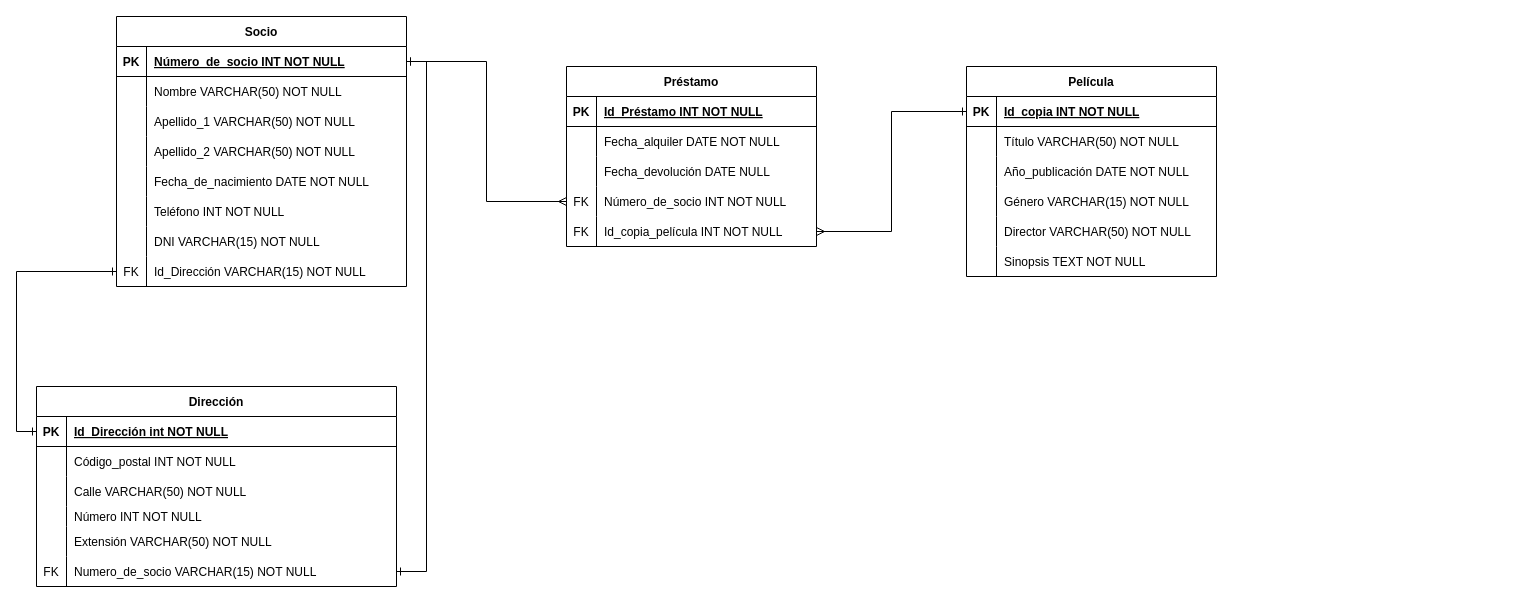
The draw.io diagram PracticaSQLEntidadRelacion.drawio in doi1987/PracticaSQL, before the edit. Source tidied: cells renumbered, new cells numbered last; positions are measured from the earlier drawing's top-left corner, leaving out a move shared by most shapes. Both pictures are drawn from the tidied source at 100%, with x=0, y=0 at pixel (36, 16).
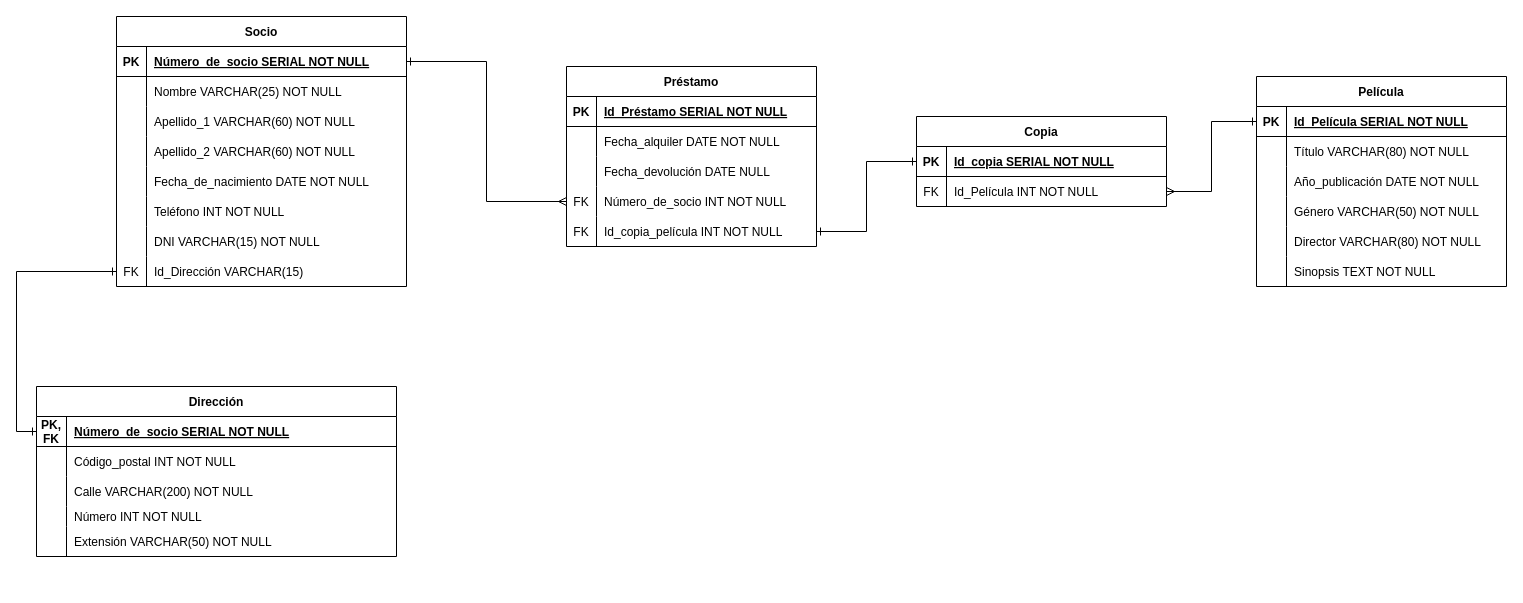
After the change.

Unchanged cells that the change refers to:
```xml
<mxCell id="3" style="shape=partialRectangle;fillColor=none;points=[[0,0.5],[1,0.5]];portConstraint=eastwest;top=0;left=0;right=0;bottom=1;" parent="2" vertex="1">
  <mxGeometry y="30" width="360" height="30" as="geometry" />
</mxCell>
<mxCell id="9" style="shape=partialRectangle;fillColor=none;top=0;left=0;right=0;bottom=0;" parent="2" vertex="1">
  <mxGeometry y="90" width="360" height="30" as="geometry" />
</mxCell>
<mxCell id="22" style="shape=partialRectangle;fillColor=none;points=[[0,0.5],[1,0.5]];portConstraint=eastwest;top=0;left=0;right=0;bottom=1;" parent="21" vertex="1">
  <mxGeometry y="30" width="250" height="30" as="geometry" />
</mxCell>
<mxCell id="25" style="shape=partialRectangle;fillColor=none;top=0;left=0;right=0;bottom=0;" parent="21" vertex="1">
  <mxGeometry y="60" width="250" height="30" as="geometry" />
</mxCell>
<mxCell id="31" style="shape=partialRectangle;fillColor=none;top=0;left=0;right=0;bottom=0;" parent="21" vertex="1">
  <mxGeometry y="120" width="250" height="30" as="geometry" />
</mxCell>
<mxCell id="34" style="shape=partialRectangle;fillColor=none;top=0;left=0;right=0;bottom=0;" parent="21" vertex="1">
  <mxGeometry y="150" width="250" height="30" as="geometry" />
</mxCell>
<mxCell id="41" style="shape=partialRectangle;fillColor=none;points=[[0,0.5],[1,0.5]];portConstraint=eastwest;top=0;left=0;right=0;bottom=1;" parent="40" vertex="1">
  <mxGeometry y="30" width="290" height="30" as="geometry" />
</mxCell>
<mxCell id="44" style="shape=partialRectangle;fillColor=none;top=0;left=0;right=0;bottom=0;" parent="40" vertex="1">
  <mxGeometry y="60" width="290" height="30" as="geometry" />
</mxCell>
<mxCell id="47" style="shape=partialRectangle;fillColor=none;top=0;left=0;right=0;bottom=0;" parent="40" vertex="1">
  <mxGeometry y="90" width="290" height="30" as="geometry" />
</mxCell>
<mxCell id="50" style="shape=partialRectangle;fillColor=none;top=0;left=0;right=0;bottom=0;" parent="40" vertex="1">
  <mxGeometry y="120" width="290" height="30" as="geometry" />
</mxCell>
<mxCell id="62" style="shape=partialRectangle;fillColor=none;points=[[0,0.5],[1,0.5]];portConstraint=eastwest;top=0;left=0;right=0;bottom=0;" parent="40" vertex="1">
  <mxGeometry y="240" width="290" height="30" as="geometry" />
</mxCell>
<mxCell id="67" style="shape=partialRectangle;fillColor=none;top=0;left=0;right=0;bottom=1;" parent="66" vertex="1">
  <mxGeometry y="30" width="250" height="30" as="geometry" />
</mxCell>
<mxCell id="79" style="shape=partialRectangle;fillColor=none;points=[[0,0.5],[1,0.5]];portConstraint=eastwest;top=0;left=0;right=0;bottom=0;" parent="66" vertex="1">
  <mxGeometry y="150" width="250" height="30" as="geometry" />
</mxCell>
```

What changed in the source:
```diff
@@
     <mxCell id="2" value="Dirección" style="shape=table;startSize=30;childLayout=tableLayout;rowLines=0;fontStyle=1;align=center;" parent="1" vertex="1">
-      <mxGeometry y="370" width="360" height="200" as="geometry" />
+      <mxGeometry y="370" width="360" height="170" as="geometry" />
     </mxCell>
@@
-    <mxCell id="4" value="PK" style="shape=partialRectangle;overflow=hidden;fillColor=none;top=0;left=0;bottom=0;right=0;fontStyle=1;" parent="3" vertex="1">
+    <mxCell id="4" value="PK, &#10;FK" style="shape=partialRectangle;overflow=hidden;fillColor=none;top=0;left=0;bottom=0;right=0;fontStyle=1;" parent="3" vertex="1">
       <mxGeometry width="30" height="30" as="geometry" />
     </mxCell>
-    <mxCell id="5" value="Id_Dirección int NOT NULL " style="shape=partialRectangle;overflow=hidden;fillColor=none;top=0;left=0;bottom=0;right=0;align=left;spacingLeft=6;fontStyle=5;" parent="3" vertex="1">
+    <mxCell id="5" value="Número_de_socio SERIAL NOT NULL " style="shape=partialRectangle;overflow=hidden;fillColor=none;top=0;left=0;bottom=0;right=0;align=left;spacingLeft=6;fontStyle=5;" parent="3" vertex="1">
       <mxGeometry x="30" width="330" height="30" as="geometry" />
     </mxCell>
@@
-    <mxCell id="11" value="Calle VARCHAR(50) NOT NULL" style="shape=partialRectangle;overflow=hidden;fillColor=none;top=0;left=0;bottom=0;right=0;align=left;spacingLeft=6;" parent="9" vertex="1">
+    <mxCell id="11" value="Calle VARCHAR(200) NOT NULL" style="shape=partialRectangle;overflow=hidden;fillColor=none;top=0;left=0;bottom=0;right=0;align=left;spacingLeft=6;" parent="9" vertex="1">
       <mxGeometry x="30" width="330" height="30" as="geometry" />
     </mxCell>
@@
-    <mxCell id="18" style="shape=partialRectangle;fillColor=none;points=[[0,0.5],[1,0.5]];portConstraint=eastwest;top=0;left=0;right=0;bottom=0;" parent="2" vertex="1">
-      <mxGeometry y="170" width="360" height="30" as="geometry" />
-    </mxCell>
-    <mxCell id="19" value="FK" style="shape=partialRectangle;overflow=hidden;fillColor=none;top=0;left=0;bottom=0;right=0;" parent="18" vertex="1">
-      <mxGeometry width="30" height="30" as="geometry" />
-    </mxCell>
-    <mxCell id="20" value="Numero_de_socio VARCHAR(15) NOT NULL" style="shape=partialRectangle;overflow=hidden;fillColor=none;top=0;left=0;bottom=0;right=0;align=left;spacingLeft=6;" parent="18" vertex="1">
-      <mxGeometry x="30" width="330" height="30" as="geometry" />
-    </mxCell>
     <mxCell id="21" value="Película" style="shape=table;startSize=30;childLayout=tableLayout;rowLines=0;fontStyle=1;align=center;" parent="1" vertex="1">
-      <mxGeometry x="930" y="50" width="250" height="210" as="geometry" />
+      <mxGeometry x="1220" y="60" width="250" height="210" as="geometry" />
     </mxCell>
@@
-    <mxCell id="24" value="Id_copia INT NOT NULL " style="shape=partialRectangle;overflow=hidden;fillColor=none;top=0;left=0;bottom=0;right=0;align=left;spacingLeft=6;fontStyle=5;" parent="22" vertex="1">
+    <mxCell id="24" value="Id_Película SERIAL NOT NULL " style="shape=partialRectangle;overflow=hidden;fillColor=none;top=0;left=0;bottom=0;right=0;align=left;spacingLeft=6;fontStyle=5;" parent="22" vertex="1">
       <mxGeometry x="30" width="220" height="30" as="geometry" />
     </mxCell>
@@
-    <mxCell id="27" value="Título VARCHAR(50) NOT NULL" style="shape=partialRectangle;overflow=hidden;fillColor=none;top=0;left=0;bottom=0;right=0;align=left;spacingLeft=6;" parent="25" vertex="1">
+    <mxCell id="27" value="Título VARCHAR(80) NOT NULL" style="shape=partialRectangle;overflow=hidden;fillColor=none;top=0;left=0;bottom=0;right=0;align=left;spacingLeft=6;" parent="25" vertex="1">
       <mxGeometry x="30" width="220" height="30" as="geometry" />
     </mxCell>
@@
-    <mxCell id="33" value="Género VARCHAR(15) NOT NULL" style="shape=partialRectangle;overflow=hidden;fillColor=none;top=0;left=0;bottom=0;right=0;align=left;spacingLeft=6;" parent="31" vertex="1">
+    <mxCell id="33" value="Género VARCHAR(50) NOT NULL" style="shape=partialRectangle;overflow=hidden;fillColor=none;top=0;left=0;bottom=0;right=0;align=left;spacingLeft=6;" parent="31" vertex="1">
       <mxGeometry x="30" width="220" height="30" as="geometry" />
     </mxCell>
@@
-    <mxCell id="36" value="Director VARCHAR(50) NOT NULL" style="shape=partialRectangle;overflow=hidden;fillColor=none;top=0;left=0;bottom=0;right=0;align=left;spacingLeft=6;" parent="34" vertex="1">
+    <mxCell id="36" value="Director VARCHAR(80) NOT NULL" style="shape=partialRectangle;overflow=hidden;fillColor=none;top=0;left=0;bottom=0;right=0;align=left;spacingLeft=6;" parent="34" vertex="1">
       <mxGeometry x="30" width="220" height="30" as="geometry" />
     </mxCell>
@@
-    <mxCell id="43" value="Número_de_socio INT NOT NULL " style="shape=partialRectangle;overflow=hidden;fillColor=none;top=0;left=0;bottom=0;right=0;align=left;spacingLeft=6;fontStyle=5;" parent="41" vertex="1">
+    <mxCell id="43" value="Número_de_socio SERIAL NOT NULL " style="shape=partialRectangle;overflow=hidden;fillColor=none;top=0;left=0;bottom=0;right=0;align=left;spacingLeft=6;fontStyle=5;" parent="41" vertex="1">
       <mxGeometry x="30" width="260" height="30" as="geometry" />
     </mxCell>
@@
-    <mxCell id="46" value="Nombre VARCHAR(50) NOT NULL" style="shape=partialRectangle;overflow=hidden;fillColor=none;top=0;left=0;bottom=0;right=0;align=left;spacingLeft=6;" parent="44" vertex="1">
+    <mxCell id="46" value="Nombre VARCHAR(25) NOT NULL" style="shape=partialRectangle;overflow=hidden;fillColor=none;top=0;left=0;bottom=0;right=0;align=left;spacingLeft=6;" parent="44" vertex="1">
       <mxGeometry x="30" width="260" height="30" as="geometry" />
     </mxCell>
@@
-    <mxCell id="49" value="Apellido_1 VARCHAR(50) NOT NULL" style="shape=partialRectangle;overflow=hidden;fillColor=none;top=0;left=0;bottom=0;right=0;align=left;spacingLeft=6;" parent="47" vertex="1">
+    <mxCell id="49" value="Apellido_1 VARCHAR(60) NOT NULL" style="shape=partialRectangle;overflow=hidden;fillColor=none;top=0;left=0;bottom=0;right=0;align=left;spacingLeft=6;" parent="47" vertex="1">
       <mxGeometry x="30" width="260" height="30" as="geometry" />
     </mxCell>
@@
-    <mxCell id="52" value="Apellido_2 VARCHAR(50) NOT NULL" style="shape=partialRectangle;overflow=hidden;fillColor=none;top=0;left=0;bottom=0;right=0;align=left;spacingLeft=6;" parent="50" vertex="1">
+    <mxCell id="52" value="Apellido_2 VARCHAR(60) NOT NULL" style="shape=partialRectangle;overflow=hidden;fillColor=none;top=0;left=0;bottom=0;right=0;align=left;spacingLeft=6;" parent="50" vertex="1">
       <mxGeometry x="30" width="260" height="30" as="geometry" />
     </mxCell>
@@
-    <mxCell id="64" value="Id_Dirección VARCHAR(15) NOT NULL" style="shape=partialRectangle;overflow=hidden;fillColor=none;top=0;left=0;bottom=0;right=0;align=left;spacingLeft=6;" parent="62" vertex="1">
+    <mxCell id="64" value="Id_Dirección VARCHAR(15)" style="shape=partialRectangle;overflow=hidden;fillColor=none;top=0;left=0;bottom=0;right=0;align=left;spacingLeft=6;" parent="62" vertex="1">
       <mxGeometry x="30" width="260" height="30" as="geometry" />
     </mxCell>
-    <mxCell id="65" style="edgeStyle=orthogonalEdgeStyle;rounded=0;jettySize=auto;html=1;exitX=1;exitY=0.5;exitDx=0;exitDy=0;startArrow=ERone;startFill=0;endArrow=ERone;endFill=0;entryX=1;entryY=0.5;entryDx=0;entryDy=0;" parent="1" edge="1" source="41" target="18">
-      <mxGeometry relative="1" as="geometry" />
-    </mxCell>
@@
-    <mxCell id="69" value="Id_Préstamo INT NOT NULL " style="shape=partialRectangle;overflow=hidden;fillColor=none;top=0;left=0;bottom=0;right=0;align=left;spacingLeft=6;fontStyle=5;" parent="67" vertex="1">
+    <mxCell id="69" value="Id_Préstamo SERIAL NOT NULL " style="shape=partialRectangle;overflow=hidden;fillColor=none;top=0;left=0;bottom=0;right=0;align=left;spacingLeft=6;fontStyle=5;" parent="67" vertex="1">
       <mxGeometry x="30" width="220" height="30" as="geometry" />
     </mxCell>
@@
-    <mxCell id="83" style="edgeStyle=orthogonalEdgeStyle;rounded=0;jettySize=auto;html=1;exitX=0;exitY=0.5;exitDx=0;exitDy=0;entryX=1;entryY=0.5;entryDx=0;entryDy=0;startArrow=ERone;startFill=0;endArrow=ERmany;endFill=0;" parent="1" edge="1" source="22" target="79">
-      <mxGeometry relative="1" as="geometry" />
-    </mxCell>
@@
+    <mxCell id="85" value="Copia" style="shape=table;startSize=30;childLayout=tableLayout;rowLines=0;fontStyle=1;align=center;" parent="1" vertex="1">
+      <mxGeometry x="880" y="100" width="250" height="90" as="geometry" />
+    </mxCell>
+    <mxCell id="86" style="shape=partialRectangle;fillColor=none;points=[[0,0.5],[1,0.5]];portConstraint=eastwest;top=0;left=0;right=0;bottom=1;" parent="85" vertex="1">
+      <mxGeometry y="30" width="250" height="30" as="geometry" />
+    </mxCell>
+    <mxCell id="87" value="PK" style="shape=partialRectangle;overflow=hidden;fillColor=none;top=0;left=0;bottom=0;right=0;fontStyle=1;" parent="86" vertex="1">
+      <mxGeometry width="30" height="30" as="geometry" />
+    </mxCell>
+    <mxCell id="88" value="Id_copia SERIAL NOT NULL " style="shape=partialRectangle;overflow=hidden;fillColor=none;top=0;left=0;bottom=0;right=0;align=left;spacingLeft=6;fontStyle=5;" parent="86" vertex="1">
+      <mxGeometry x="30" width="220" height="30" as="geometry" />
+    </mxCell>
+    <mxCell id="89" style="shape=partialRectangle;fillColor=none;points=[[0,0.5],[1,0.5]];portConstraint=eastwest;top=0;left=0;right=0;bottom=0;" parent="85" vertex="1">
+      <mxGeometry y="60" width="250" height="30" as="geometry" />
+    </mxCell>
+    <mxCell id="19" value="FK" style="shape=partialRectangle;overflow=hidden;fillColor=none;top=0;left=0;bottom=0;right=0;" parent="89" vertex="1">
+      <mxGeometry width="30" height="30" as="geometry" />
+    </mxCell>
+    <mxCell id="90" value="Id_Película INT NOT NULL" style="shape=partialRectangle;overflow=hidden;fillColor=none;top=0;left=0;bottom=0;right=0;align=left;spacingLeft=6;" parent="89" vertex="1">
+      <mxGeometry x="30" width="220" height="30" as="geometry" />
+    </mxCell>
+    <mxCell id="91" style="edgeStyle=orthogonalEdgeStyle;rounded=0;jettySize=auto;html=1;exitX=0;exitY=0.5;exitDx=0;exitDy=0;entryX=1;entryY=0.5;entryDx=0;entryDy=0;startArrow=ERone;startFill=0;endArrow=ERmany;endFill=0;" parent="1" edge="1" source="22" target="89">
+      <mxGeometry relative="1" as="geometry" />
+    </mxCell>
+    <mxCell id="92" style="edgeStyle=orthogonalEdgeStyle;rounded=0;jettySize=auto;html=1;exitX=0;exitY=0.5;exitDx=0;exitDy=0;entryX=1;entryY=0.5;entryDx=0;entryDy=0;startArrow=ERone;startFill=0;endArrow=ERone;endFill=0;" parent="1" edge="1" source="86" target="79">
+      <mxGeometry relative="1" as="geometry" />
+    </mxCell>
```
